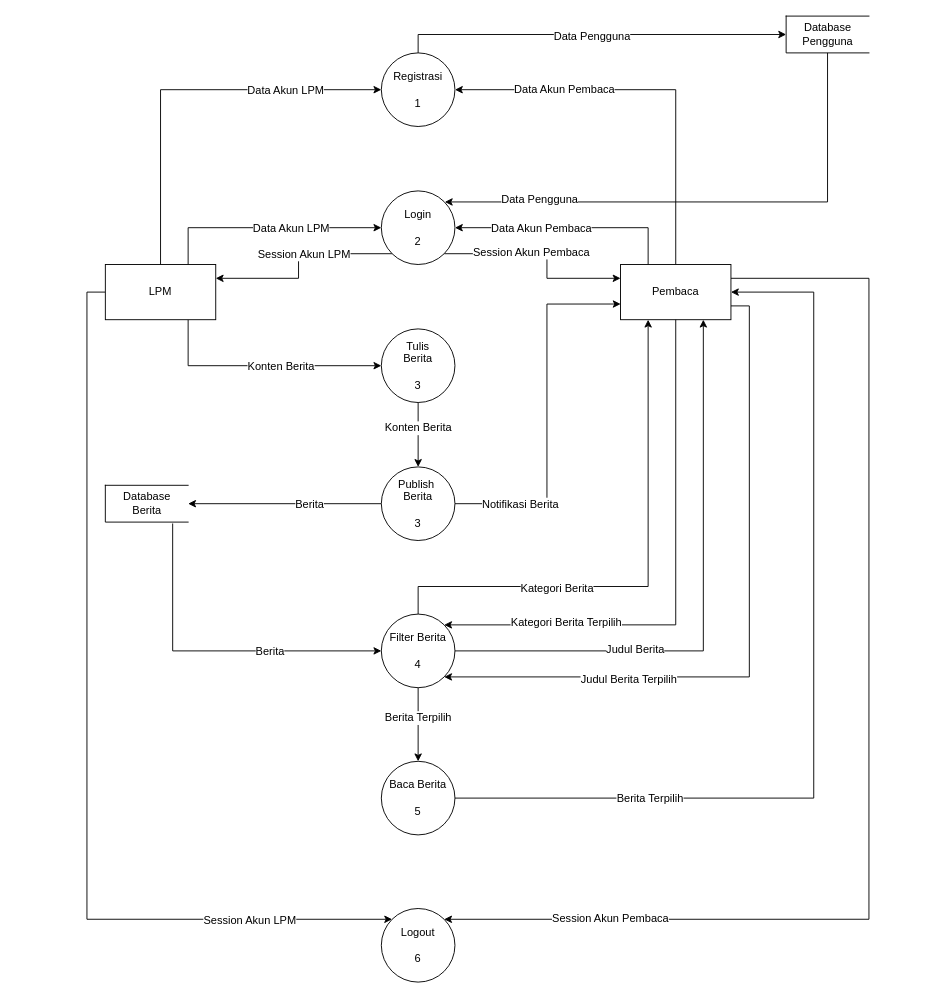
Earlier version of the draw.io diagram page "Level 1" (2 of 2) of Conceptual Model (DFD) Newsversity.drawio (taufiqad/newsversity). Source tidied: cells renumbered, new cells numbered last; positions are measured from the earlier drawing's top-left corner, leaving out a move shared by most shapes. Both pictures are drawn from the tidied source at 92%, with x=0, y=0 at pixel (86, 16).
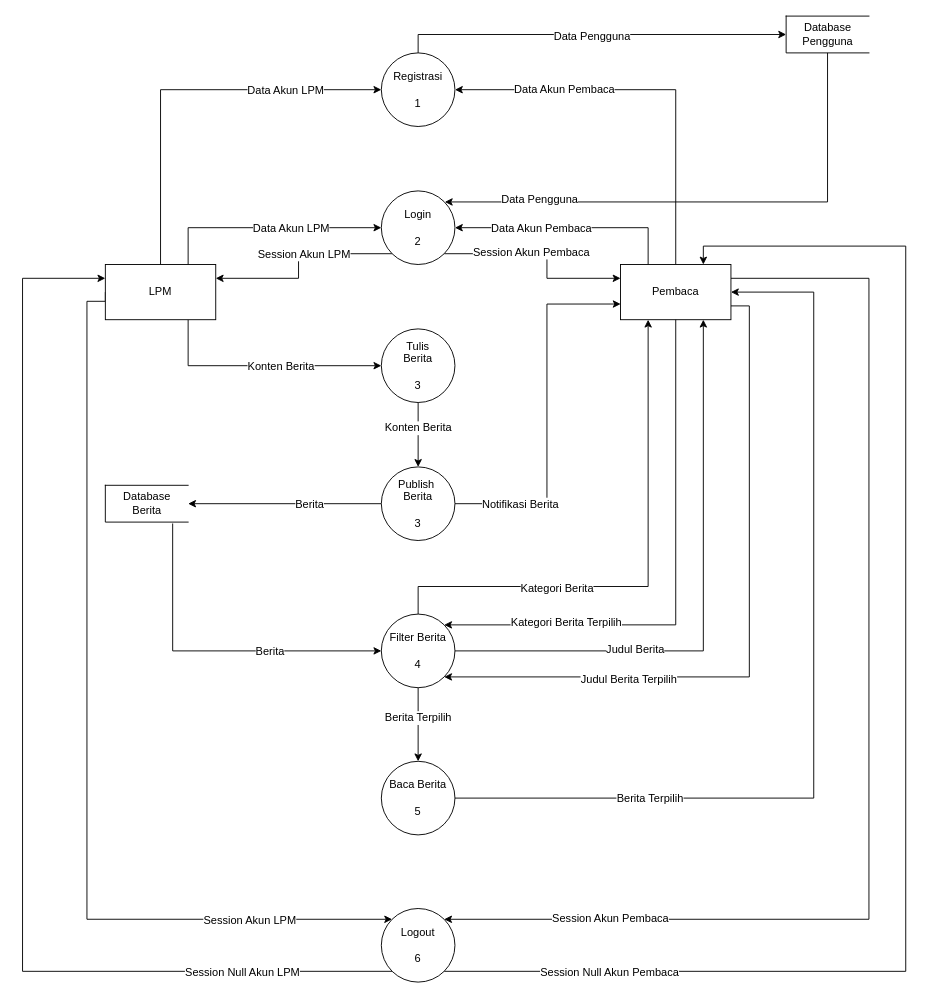
Above is the later version.

The change refers to these unchanged cells:
```xml
<mxCell id="25" value="LPM" style="rounded=0;whiteSpace=wrap;html=1;" parent="1" vertex="1">
  <mxGeometry x="20" y="270" width="120" height="60" as="geometry" />
</mxCell>
<mxCell id="36" value="Pembaca" style="rounded=0;whiteSpace=wrap;html=1;" parent="1" vertex="1">
  <mxGeometry x="580" y="270" width="120" height="60" as="geometry" />
</mxCell>
<mxCell id="54" value="&lt;div&gt;&lt;span&gt;Logout&lt;/span&gt;&lt;/div&gt;&lt;div&gt;&lt;br&gt;&lt;/div&gt;&lt;div&gt;6&lt;/div&gt;" style="ellipse;whiteSpace=wrap;html=1;" parent="1" vertex="1">
  <mxGeometry x="320" y="970" width="80" height="80" as="geometry" />
</mxCell>
```

The edit, as a diff of the source:
```diff
@@
     <mxCell id="23" style="edgeStyle=orthogonalEdgeStyle;rounded=0;jettySize=auto;html=1;exitX=0;exitY=0.5;exitDx=0;exitDy=0;entryX=0;entryY=0;entryDx=0;entryDy=0;" parent="1" edge="1" source="25" target="54">
       <mxGeometry relative="1" as="geometry">
         <Array as="points">
-          <mxPoint y="300" />
-          <mxPoint y="981" />
+          <mxPoint x="20" y="310" />
+          <mxPoint y="310" />
+          <mxPoint y="982" />
         </Array>
       </mxGeometry>
     </mxCell>
@@
+    <mxCell id="55" style="edgeStyle=orthogonalEdgeStyle;rounded=0;jettySize=auto;html=1;exitX=1;exitY=1;exitDx=0;exitDy=0;entryX=0.75;entryY=0;entryDx=0;entryDy=0;" parent="1" edge="1" source="54" target="36">
+      <mxGeometry relative="1" as="geometry">
+        <Array as="points">
+          <mxPoint x="890" y="1038" />
+          <mxPoint x="890" y="250" />
+          <mxPoint x="670" y="250" />
+        </Array>
+      </mxGeometry>
+    </mxCell>
+    <mxCell id="56" value="Session Null Akun Pembaca" style="text;html=1;align=center;verticalAlign=middle;labelBackgroundColor=#ffffff;" parent="55" vertex="1">
+      <mxGeometry x="-0.71" y="2" relative="1" as="geometry">
+        <mxPoint x="-43" y="3.5" as="offset" />
+      </mxGeometry>
+    </mxCell>
+    <mxCell id="57" style="edgeStyle=orthogonalEdgeStyle;rounded=0;jettySize=auto;html=1;exitX=0;exitY=1;exitDx=0;exitDy=0;entryX=0;entryY=0.25;entryDx=0;entryDy=0;" parent="1" edge="1" source="54" target="25">
+      <mxGeometry relative="1" as="geometry">
+        <Array as="points">
+          <mxPoint x="-70" y="1038" />
+          <mxPoint x="-70" y="285" />
+        </Array>
+      </mxGeometry>
+    </mxCell>
+    <mxCell id="58" value="Session Null Akun LPM" style="text;html=1;align=center;verticalAlign=middle;labelBackgroundColor=#ffffff;" parent="57" vertex="1">
+      <mxGeometry x="-0.66" relative="1" as="geometry">
+        <mxPoint x="48.5" y="1.5" as="offset" />
+      </mxGeometry>
+    </mxCell>
```
